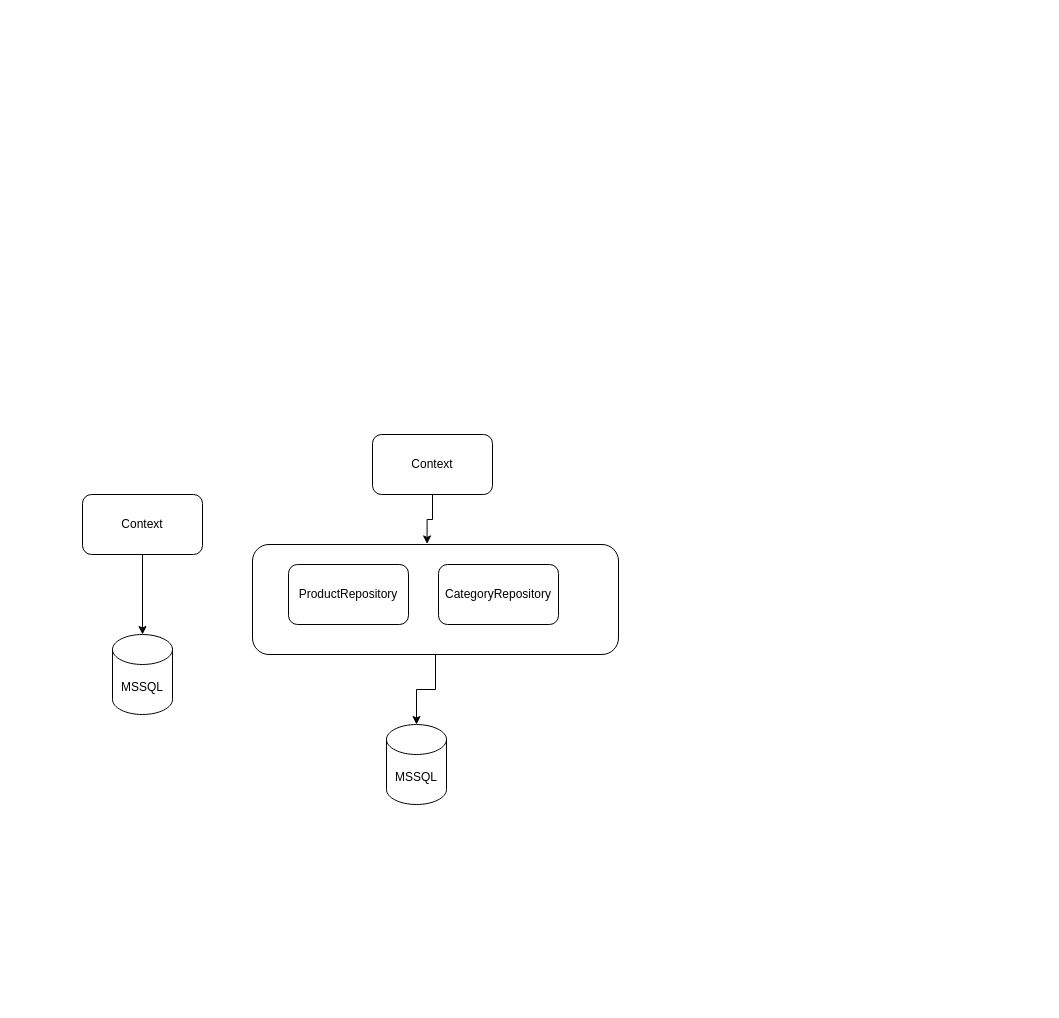
The draw.io diagram page "Repository" (4 of 4) of Draws.drawio in sefabayrak55/.Net-MVC-Project-v2, before the edit. Source tidied: cells renumbered, new cells numbered last; positions are measured from the earlier drawing's top-left corner, leaving out a move shared by most shapes. Both pictures are drawn from the tidied source at 100%, with x=0, y=0 at pixel (82, 434).
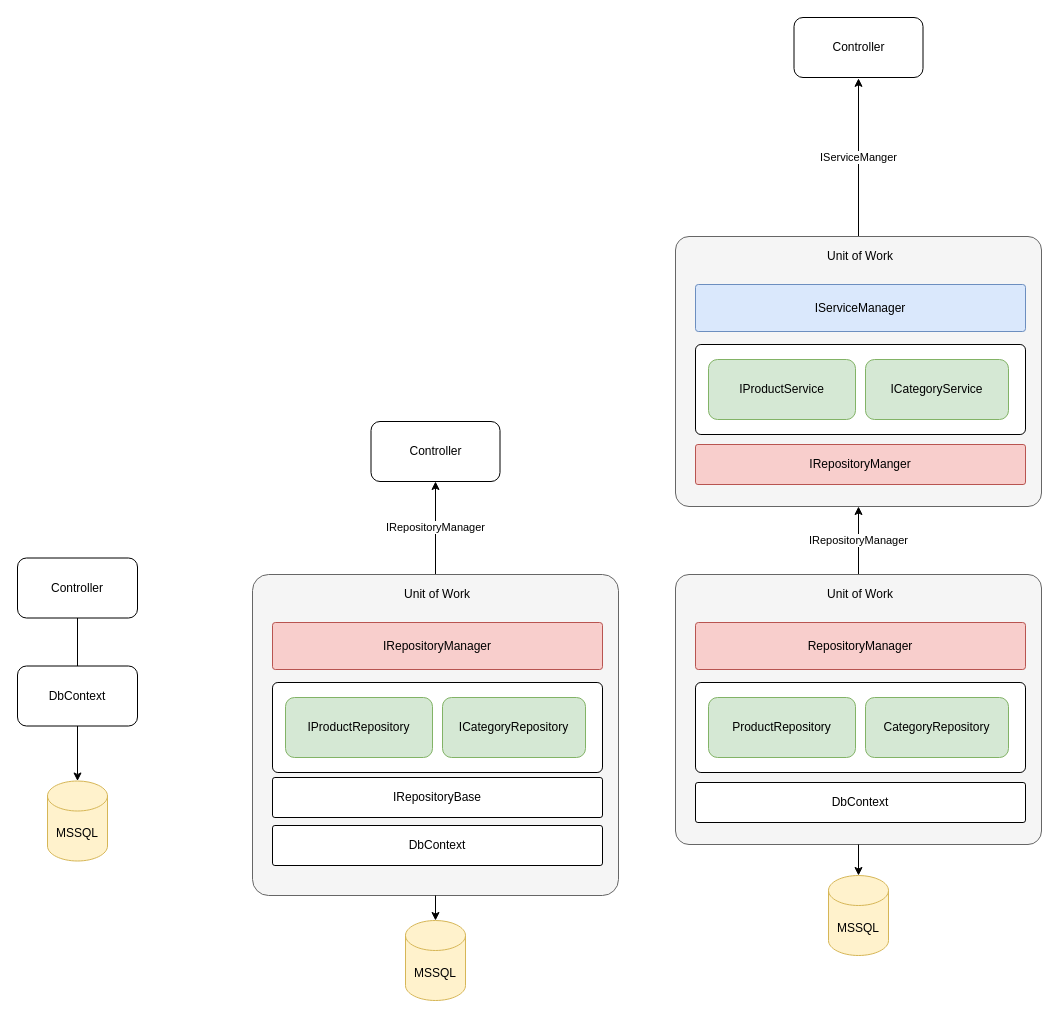
Above is the later version.

What changed in the source:
```diff
@@
+    <mxCell id="12" value="IRepositoryManager" style="edgeStyle=orthogonalEdgeStyle;rounded=0;jettySize=auto;html=1;entryX=0.5;entryY=1;entryDx=0;entryDy=0;" parent="1" edge="1" source="3" target="8">
+      <mxGeometry relative="1" as="geometry" />
+    </mxCell>
+    <mxCell id="3" style="rounded=1;whiteSpace=wrap;html=1;fillColor=#f5f5f5;strokeColor=#666666;fontColor=#333333;arcSize=5;" parent="1" vertex="1">
+      <mxGeometry x="170" y="140" width="366" height="321" as="geometry" />
+    </mxCell>
+    <mxCell id="13" style="rounded=1;whiteSpace=wrap;html=1;arcSize=6;" parent="1" vertex="1">
+      <mxGeometry x="190" y="248" width="330" height="90" as="geometry" />
+    </mxCell>
@@
-    <mxCell id="3" style="rounded=1;whiteSpace=wrap;html=1;" parent="1" vertex="1">
-      <mxGeometry x="170" y="110" width="366" height="110" as="geometry" />
-    </mxCell>
@@
-    <mxCell id="5" value="Context" style="rounded=1;whiteSpace=wrap;html=1;" parent="1" vertex="1">
-      <mxGeometry y="60" width="120" height="60" as="geometry" />
+    <mxCell id="5" value="Controller" style="rounded=1;whiteSpace=wrap;html=1;" parent="1" vertex="1">
+      <mxGeometry x="-65" y="123.5" width="120" height="60" as="geometry" />
     </mxCell>
-    <mxCell id="6" value="MSSQL" style="shape=cylinder3;whiteSpace=wrap;html=1;boundedLbl=1;backgroundOutline=1;size=15;" parent="1" vertex="1">
-      <mxGeometry x="30" y="200" width="60" height="80" as="geometry" />
+    <mxCell id="6" value="MSSQL" style="shape=cylinder3;whiteSpace=wrap;html=1;boundedLbl=1;backgroundOutline=1;size=15;fillColor=#fff2cc;strokeColor=#d6b656;" parent="1" vertex="1">
+      <mxGeometry x="-35" y="346.5" width="60" height="80" as="geometry" />
     </mxCell>
-    <mxCell id="7" style="edgeStyle=orthogonalEdgeStyle;rounded=0;jettySize=auto;html=1;entryX=0.477;entryY=-0.005;entryDx=0;entryDy=0;entryPerimeter=0;" parent="1" edge="1" source="8" target="3">
-      <mxGeometry relative="1" as="geometry" />
-    </mxCell>
-    <mxCell id="8" value="Context" style="rounded=1;whiteSpace=wrap;html=1;" parent="1" vertex="1">
-      <mxGeometry x="290" width="120" height="60" as="geometry" />
+    <mxCell id="8" value="Controller" style="rounded=1;whiteSpace=wrap;html=1;" parent="1" vertex="1">
+      <mxGeometry x="288.5" y="-13" width="129" height="60" as="geometry" />
     </mxCell>
-    <mxCell id="9" value="MSSQL" style="shape=cylinder3;whiteSpace=wrap;html=1;boundedLbl=1;backgroundOutline=1;size=15;" parent="1" vertex="1">
-      <mxGeometry x="304" y="290" width="60" height="80" as="geometry" />
+    <mxCell id="9" value="MSSQL" style="shape=cylinder3;whiteSpace=wrap;html=1;boundedLbl=1;backgroundOutline=1;size=15;fillColor=#fff2cc;strokeColor=#d6b656;" parent="1" vertex="1">
+      <mxGeometry x="323" y="486" width="60" height="80" as="geometry" />
     </mxCell>
-    <mxCell id="10" value="ProductRepository" style="rounded=1;whiteSpace=wrap;html=1;" parent="1" vertex="1">
-      <mxGeometry x="206" y="130" width="120" height="60" as="geometry" />
+    <mxCell id="10" value="IProductRepository" style="rounded=1;whiteSpace=wrap;html=1;fillColor=#d5e8d4;strokeColor=#82b366;" parent="1" vertex="1">
+      <mxGeometry x="203" y="263" width="147" height="60" as="geometry" />
     </mxCell>
-    <mxCell id="11" value="CategoryRepository" style="rounded=1;whiteSpace=wrap;html=1;" parent="1" vertex="1">
-      <mxGeometry x="356" y="130" width="120" height="60" as="geometry" />
+    <mxCell id="11" value="ICategoryRepository" style="rounded=1;whiteSpace=wrap;html=1;fillColor=#d5e8d4;strokeColor=#82b366;" parent="1" vertex="1">
+      <mxGeometry x="360" y="263" width="143" height="60" as="geometry" />
     </mxCell>
+    <mxCell id="14" value="Unit of Work" style="text;html=1;strokeColor=none;fillColor=none;align=center;verticalAlign=middle;whiteSpace=wrap;rounded=0;" parent="1" vertex="1">
+      <mxGeometry x="190" y="150" width="330" height="20" as="geometry" />
+    </mxCell>
+    <mxCell id="15" value="DbContext" style="rounded=1;whiteSpace=wrap;html=1;arcSize=6;" parent="1" vertex="1">
+      <mxGeometry x="190" y="391" width="330" height="40" as="geometry" />
+    </mxCell>
+    <mxCell id="16" value="IRepositoryManager" style="rounded=1;whiteSpace=wrap;html=1;arcSize=6;fillColor=#f8cecc;strokeColor=#b85450;" parent="1" vertex="1">
+      <mxGeometry x="190" y="188" width="330" height="47" as="geometry" />
+    </mxCell>
+    <mxCell id="17" value="DbContext" style="rounded=1;whiteSpace=wrap;html=1;" parent="1" vertex="1">
+      <mxGeometry x="-65" y="231.5" width="120" height="60" as="geometry" />
+    </mxCell>
+    <mxCell id="18" value="IRepositoryManager" style="edgeStyle=orthogonalEdgeStyle;rounded=0;jettySize=auto;html=1;entryX=0.5;entryY=1;entryDx=0;entryDy=0;" parent="1" edge="1" source="19" target="30">
+      <mxGeometry relative="1" as="geometry" />
+    </mxCell>
+    <mxCell id="19" style="rounded=1;whiteSpace=wrap;html=1;fillColor=#f5f5f5;strokeColor=#666666;fontColor=#333333;arcSize=5;" parent="1" vertex="1">
+      <mxGeometry x="593" y="140" width="366" height="270" as="geometry" />
+    </mxCell>
+    <mxCell id="20" style="rounded=1;whiteSpace=wrap;html=1;arcSize=6;" parent="1" vertex="1">
+      <mxGeometry x="613" y="248" width="330" height="90" as="geometry" />
+    </mxCell>
+    <mxCell id="21" style="edgeStyle=orthogonalEdgeStyle;rounded=0;jettySize=auto;html=1;entryX=0.5;entryY=0;entryDx=0;entryDy=0;entryPerimeter=0;" parent="1" edge="1" source="19" target="23">
+      <mxGeometry relative="1" as="geometry" />
+    </mxCell>
+    <mxCell id="22" value="Controller" style="rounded=1;whiteSpace=wrap;html=1;" parent="1" vertex="1">
+      <mxGeometry x="711.5" y="-417" width="129" height="60" as="geometry" />
+    </mxCell>
+    <mxCell id="23" value="MSSQL" style="shape=cylinder3;whiteSpace=wrap;html=1;boundedLbl=1;backgroundOutline=1;size=15;fillColor=#fff2cc;strokeColor=#d6b656;" parent="1" vertex="1">
+      <mxGeometry x="746" y="441" width="60" height="80" as="geometry" />
+    </mxCell>
+    <mxCell id="24" value="ProductRepository" style="rounded=1;whiteSpace=wrap;html=1;fillColor=#d5e8d4;strokeColor=#82b366;" parent="1" vertex="1">
+      <mxGeometry x="626" y="263" width="147" height="60" as="geometry" />
+    </mxCell>
+    <mxCell id="25" value="CategoryRepository" style="rounded=1;whiteSpace=wrap;html=1;fillColor=#d5e8d4;strokeColor=#82b366;" parent="1" vertex="1">
+      <mxGeometry x="783" y="263" width="143" height="60" as="geometry" />
+    </mxCell>
+    <mxCell id="26" value="Unit of Work" style="text;html=1;strokeColor=none;fillColor=none;align=center;verticalAlign=middle;whiteSpace=wrap;rounded=0;" parent="1" vertex="1">
+      <mxGeometry x="613" y="150" width="330" height="20" as="geometry" />
+    </mxCell>
+    <mxCell id="27" value="DbContext" style="rounded=1;whiteSpace=wrap;html=1;arcSize=6;" parent="1" vertex="1">
+      <mxGeometry x="613" y="348" width="330" height="40" as="geometry" />
+    </mxCell>
+    <mxCell id="28" value="RepositoryManager" style="rounded=1;whiteSpace=wrap;html=1;arcSize=6;fillColor=#f8cecc;strokeColor=#b85450;" parent="1" vertex="1">
+      <mxGeometry x="613" y="188" width="330" height="47" as="geometry" />
+    </mxCell>
+    <mxCell id="29" value="IServiceManger" style="edgeStyle=orthogonalEdgeStyle;rounded=0;jettySize=auto;html=1;entryX=0.5;entryY=1.014;entryDx=0;entryDy=0;entryPerimeter=0;" parent="1" edge="1" source="30" target="22">
+      <mxGeometry relative="1" as="geometry" />
+    </mxCell>
+    <mxCell id="30" style="rounded=1;whiteSpace=wrap;html=1;fillColor=#f5f5f5;strokeColor=#666666;fontColor=#333333;arcSize=5;" parent="1" vertex="1">
+      <mxGeometry x="593" y="-198" width="366" height="270" as="geometry" />
+    </mxCell>
+    <mxCell id="31" style="rounded=1;whiteSpace=wrap;html=1;arcSize=6;" parent="1" vertex="1">
+      <mxGeometry x="613" y="-90" width="330" height="90" as="geometry" />
+    </mxCell>
+    <mxCell id="32" value="IProductService" style="rounded=1;whiteSpace=wrap;html=1;fillColor=#d5e8d4;strokeColor=#82b366;" parent="1" vertex="1">
+      <mxGeometry x="626" y="-75" width="147" height="60" as="geometry" />
+    </mxCell>
+    <mxCell id="33" value="ICategoryService" style="rounded=1;whiteSpace=wrap;html=1;fillColor=#d5e8d4;strokeColor=#82b366;" parent="1" vertex="1">
+      <mxGeometry x="783" y="-75" width="143" height="60" as="geometry" />
+    </mxCell>
+    <mxCell id="34" value="Unit of Work" style="text;html=1;strokeColor=none;fillColor=none;align=center;verticalAlign=middle;whiteSpace=wrap;rounded=0;" parent="1" vertex="1">
+      <mxGeometry x="613" y="-188" width="330" height="20" as="geometry" />
+    </mxCell>
+    <mxCell id="35" value="IRepositoryManger" style="rounded=1;whiteSpace=wrap;html=1;arcSize=6;fillColor=#f8cecc;strokeColor=#b85450;" parent="1" vertex="1">
+      <mxGeometry x="613" y="10" width="330" height="40" as="geometry" />
+    </mxCell>
+    <mxCell id="36" value="IServiceManager" style="rounded=1;whiteSpace=wrap;html=1;arcSize=6;fillColor=#dae8fc;strokeColor=#6c8ebf;" parent="1" vertex="1">
+      <mxGeometry x="613" y="-150" width="330" height="47" as="geometry" />
+    </mxCell>
+    <mxCell id="37" value="IRepositoryBase" style="rounded=1;whiteSpace=wrap;html=1;arcSize=6;" parent="1" vertex="1">
+      <mxGeometry x="190" y="343" width="330" height="40" as="geometry" />
+    </mxCell>
```
